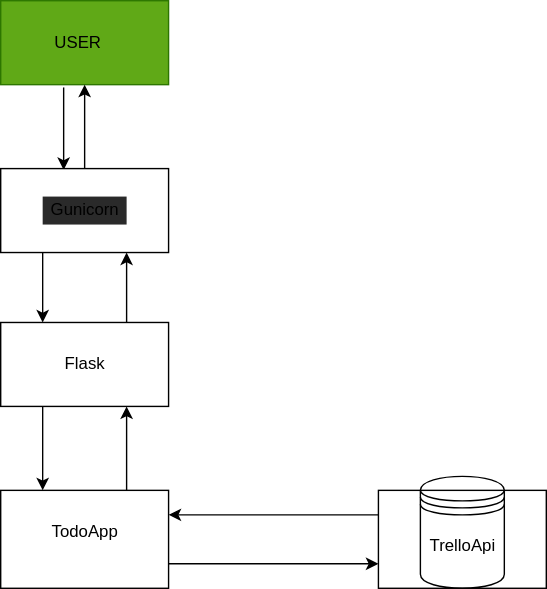
Earlier version of the draw.io export documentation/container_diagram.drawio.svg (EdyCommits/DevOps-Course-Starter). Source tidied: cells renumbered, new cells last; positions are measured from the earlier drawing's top-left corner, leaving out a move shared by most shapes. The source it was exported from:
```xml
<mxGraphModel>
  <root>
    <mxCell id="0" />
    <mxCell id="1" parent="0" />
    <mxCell id="2" style="edgeStyle=none;rounded=0;jettySize=auto;html=1;entryX=0.375;entryY=0.017;entryDx=0;entryDy=0;entryPerimeter=0;" parent="1" edge="1" target="12">
      <mxGeometry relative="1" as="geometry">
        <mxPoint x="45" y="62" as="sourcePoint" />
      </mxGeometry>
    </mxCell>
    <mxCell id="3" style="whiteSpace=wrap;html=1;fillColor=#60a917;strokeColor=#2D7600;fontColor=#ffffff;" parent="1" vertex="1">
      <mxGeometry width="120" height="60" as="geometry" />
    </mxCell>
    <mxCell id="4" style="edgeStyle=none;rounded=0;jettySize=auto;html=1;exitX=1;exitY=0.75;exitDx=0;exitDy=0;entryX=0;entryY=0.75;entryDx=0;entryDy=0;" parent="1" edge="1" source="6" target="14">
      <mxGeometry relative="1" as="geometry" />
    </mxCell>
    <mxCell id="5" style="edgeStyle=none;rounded=0;jettySize=auto;html=1;exitX=0.75;exitY=0;exitDx=0;exitDy=0;entryX=0.75;entryY=1;entryDx=0;entryDy=0;" parent="1" edge="1" source="6" target="9">
      <mxGeometry relative="1" as="geometry" />
    </mxCell>
    <mxCell id="6" style="whiteSpace=wrap;html=1;" parent="1" vertex="1">
      <mxGeometry y="350" width="120" height="70" as="geometry" />
    </mxCell>
    <mxCell id="7" style="edgeStyle=none;rounded=0;jettySize=auto;html=1;exitX=0.25;exitY=1;exitDx=0;exitDy=0;entryX=0.25;entryY=0;entryDx=0;entryDy=0;" parent="1" edge="1" source="9" target="6">
      <mxGeometry relative="1" as="geometry" />
    </mxCell>
    <mxCell id="8" style="edgeStyle=none;rounded=0;jettySize=auto;html=1;exitX=0.75;exitY=0;exitDx=0;exitDy=0;entryX=0.75;entryY=1;entryDx=0;entryDy=0;" parent="1" edge="1" source="9" target="12">
      <mxGeometry relative="1" as="geometry" />
    </mxCell>
    <mxCell id="9" style="whiteSpace=wrap;html=1;" parent="1" vertex="1">
      <mxGeometry y="230" width="120" height="60" as="geometry" />
    </mxCell>
    <mxCell id="10" style="edgeStyle=none;rounded=0;jettySize=auto;html=1;exitX=0.25;exitY=1;exitDx=0;exitDy=0;entryX=0.25;entryY=0;entryDx=0;entryDy=0;" parent="1" edge="1" source="12" target="9">
      <mxGeometry relative="1" as="geometry" />
    </mxCell>
    <mxCell id="11" style="edgeStyle=none;rounded=0;jettySize=auto;html=1;exitX=0.5;exitY=0;exitDx=0;exitDy=0;entryX=0.5;entryY=1;entryDx=0;entryDy=0;" parent="1" edge="1" source="12" target="3">
      <mxGeometry relative="1" as="geometry" />
    </mxCell>
    <mxCell id="12" style="whiteSpace=wrap;html=1;" parent="1" vertex="1">
      <mxGeometry y="120" width="120" height="60" as="geometry" />
    </mxCell>
    <mxCell id="13" style="edgeStyle=orthogonalEdgeStyle;rounded=0;jettySize=auto;html=1;exitX=0;exitY=0.25;exitDx=0;exitDy=0;entryX=1;entryY=0.25;entryDx=0;entryDy=0;" parent="1" edge="1" source="14" target="6">
      <mxGeometry relative="1" as="geometry" />
    </mxCell>
    <mxCell id="14" style="whiteSpace=wrap;html=1;" parent="1" vertex="1">
      <mxGeometry x="270" y="350" width="120" height="70" as="geometry" />
    </mxCell>
    <mxCell id="15" value="USER" style="text;html=1;align=center;verticalAlign=middle;fillColor=none;strokeColor=none;rounded=0;" parent="1" vertex="1">
      <mxGeometry x="30" y="20" width="50" height="20" as="geometry" />
    </mxCell>
    <mxCell id="16" value="Gunicorn&lt;br&gt;" style="text;html=1;align=center;verticalAlign=middle;strokeColor=none;rounded=0;fillColor=#2a2a2a;" parent="1" vertex="1">
      <mxGeometry x="30" y="140" width="60" height="20" as="geometry" />
    </mxCell>
    <mxCell id="17" value="Flask&lt;br&gt;" style="text;html=1;align=center;verticalAlign=middle;fillColor=none;strokeColor=none;rounded=0;" parent="1" vertex="1">
      <mxGeometry x="40" y="250" width="40" height="20" as="geometry" />
    </mxCell>
    <mxCell id="18" value="TodoApp" style="text;html=1;align=center;verticalAlign=middle;fillColor=none;strokeColor=none;rounded=0;" parent="1" vertex="1">
      <mxGeometry x="30" y="370" width="60" height="20" as="geometry" />
    </mxCell>
    <mxCell id="19" value="TrelloApi" style="text;html=1;align=center;verticalAlign=middle;fillColor=none;strokeColor=none;rounded=0;" parent="1" vertex="1">
      <mxGeometry x="300" y="380" width="60" height="20" as="geometry" />
    </mxCell>
    <mxCell id="20" style="shape=datastore;whiteSpace=wrap;html=1;fillColor=none;" parent="1" vertex="1">
      <mxGeometry x="300" y="340" width="60" height="80" as="geometry" />
    </mxCell>
  </root>
</mxGraphModel>
```
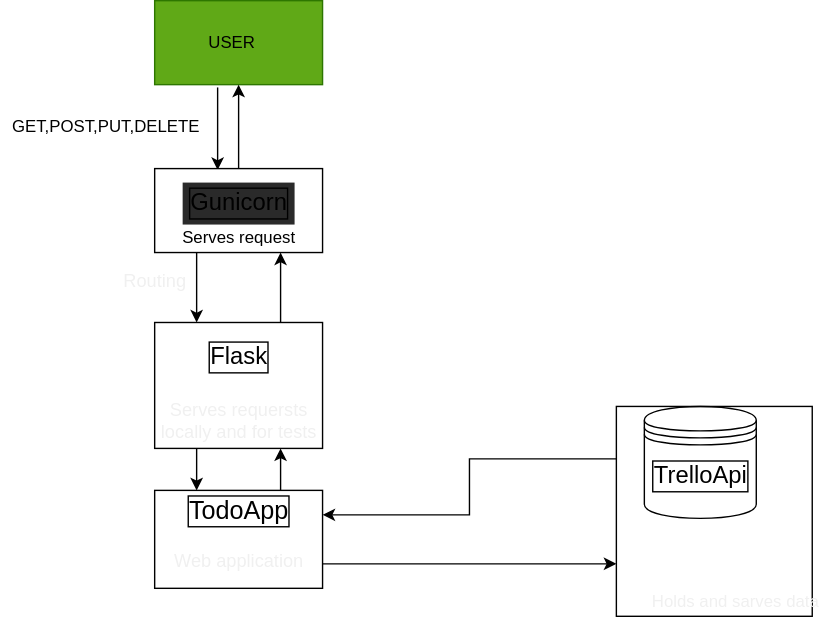
Later version of the same file.

Commit message:
Adding more info to diagram

Change to the diagram source:
```diff
@@ -26,7 +26,7 @@
       <mxGeometry relative="1" as="geometry" />
     </mxCell>
     <mxCell id="9" style="whiteSpace=wrap;html=1;" parent="1" vertex="1">
-      <mxGeometry y="230" width="120" height="60" as="geometry" />
+      <mxGeometry y="230" width="120" height="90" as="geometry" />
     </mxCell>
     <mxCell id="10" style="edgeStyle=none;rounded=0;jettySize=auto;html=1;exitX=0.25;exitY=1;exitDx=0;exitDy=0;entryX=0.25;entryY=0;entryDx=0;entryDy=0;" parent="1" edge="1" source="12" target="9">
       <mxGeometry relative="1" as="geometry" />
@@ -41,25 +41,43 @@
       <mxGeometry relative="1" as="geometry" />
     </mxCell>
     <mxCell id="14" style="whiteSpace=wrap;html=1;" parent="1" vertex="1">
-      <mxGeometry x="270" y="350" width="120" height="70" as="geometry" />
+      <mxGeometry x="330" y="290" width="140" height="150" as="geometry" />
     </mxCell>
     <mxCell id="15" value="USER" style="text;html=1;align=center;verticalAlign=middle;fillColor=none;strokeColor=none;rounded=0;" parent="1" vertex="1">
       <mxGeometry x="30" y="20" width="50" height="20" as="geometry" />
     </mxCell>
-    <mxCell id="16" value="Gunicorn&lt;br&gt;" style="text;html=1;align=center;verticalAlign=middle;strokeColor=none;rounded=0;fillColor=#2a2a2a;" parent="1" vertex="1">
-      <mxGeometry x="30" y="140" width="60" height="20" as="geometry" />
+    <mxCell id="16" value="Gunicorn&lt;br style=&quot;font-size: 17px;&quot;&gt;" style="text;html=1;align=center;verticalAlign=middle;strokeColor=none;rounded=0;fillColor=#2a2a2a;fontSize=17;labelBackgroundColor=none;labelBorderColor=#000000;" parent="1" vertex="1">
+      <mxGeometry x="20" y="130" width="80" height="30" as="geometry" />
     </mxCell>
-    <mxCell id="17" value="Flask&lt;br&gt;" style="text;html=1;align=center;verticalAlign=middle;fillColor=none;strokeColor=none;rounded=0;" parent="1" vertex="1">
-      <mxGeometry x="40" y="250" width="40" height="20" as="geometry" />
+    <mxCell id="17" value="Flask&lt;br style=&quot;font-size: 17px;&quot;&gt;" style="text;html=1;align=center;verticalAlign=middle;fillColor=none;strokeColor=none;rounded=0;fontSize=17;labelBorderColor=#000000;" parent="1" vertex="1">
+      <mxGeometry x="30" y="240" width="60" height="30" as="geometry" />
     </mxCell>
-    <mxCell id="18" value="TodoApp" style="text;html=1;align=center;verticalAlign=middle;fillColor=none;strokeColor=none;rounded=0;" parent="1" vertex="1">
-      <mxGeometry x="30" y="370" width="60" height="20" as="geometry" />
+    <mxCell id="18" value="TodoApp" style="text;html=1;align=center;verticalAlign=middle;fillColor=none;strokeColor=none;rounded=0;fontSize=18;labelBorderColor=#000000;" parent="1" vertex="1">
+      <mxGeometry x="15" y="350" width="90" height="30" as="geometry" />
     </mxCell>
-    <mxCell id="19" value="TrelloApi" style="text;html=1;align=center;verticalAlign=middle;fillColor=none;strokeColor=none;rounded=0;" parent="1" vertex="1">
-      <mxGeometry x="300" y="380" width="60" height="20" as="geometry" />
+    <mxCell id="19" value="TrelloApi" style="text;html=1;align=center;verticalAlign=middle;fillColor=none;strokeColor=none;rounded=0;fontSize=17;labelBorderColor=#000000;" parent="1" vertex="1">
+      <mxGeometry x="350" y="325" width="80" height="30" as="geometry" />
     </mxCell>
     <mxCell id="20" style="shape=datastore;whiteSpace=wrap;html=1;fillColor=none;" parent="1" vertex="1">
-      <mxGeometry x="300" y="340" width="60" height="80" as="geometry" />
+      <mxGeometry x="350" y="290" width="80" height="80" as="geometry" />
     </mxCell>
+    <mxCell id="21" value="GET,POST,PUT,DELETE" style="text;html=1;align=center;verticalAlign=middle;fillColor=none;strokeColor=none;rounded=0;" parent="1" vertex="1">
+      <mxGeometry x="-110" y="80" width="150" height="20" as="geometry" />
+    </mxCell>
+    <mxCell id="22" value="Serves request" style="text;html=1;align=center;verticalAlign=middle;fillColor=none;strokeColor=none;rounded=0;" parent="1" vertex="1">
+      <mxGeometry x="10" y="160" width="100" height="20" as="geometry" />
+    </mxCell>
+    <mxCell id="23" value="Routing" style="text;html=1;align=center;verticalAlign=middle;fillColor=none;strokeColor=none;rounded=0;labelBackgroundColor=none;fontSize=13;fontColor=#f0f0f0;" parent="1" vertex="1">
+      <mxGeometry x="-30" y="190" width="60" height="20" as="geometry" />
+    </mxCell>
+    <mxCell id="24" value="Serves requersts &lt;br&gt;locally and for tests" style="text;html=1;align=center;verticalAlign=middle;fillColor=none;strokeColor=none;rounded=0;labelBackgroundColor=none;fontSize=13;fontColor=#f0f0f0;" parent="1" vertex="1">
+      <mxGeometry x="-5" y="280" width="130" height="40" as="geometry" />
+    </mxCell>
+    <mxCell id="25" value="Web application&amp;nbsp;" style="text;html=1;align=center;verticalAlign=middle;fillColor=none;strokeColor=none;rounded=0;labelBackgroundColor=none;fontSize=13;fontColor=#f0f0f0;labelBorderColor=none;" parent="1" vertex="1">
+      <mxGeometry x="5" y="390" width="110" height="20" as="geometry" />
+    </mxCell>
+    <mxCell id="26" value="Holds and sarves data" style="text;html=1;align=center;verticalAlign=middle;fillColor=none;strokeColor=none;rounded=0;labelBackgroundColor=none;fontSize=12;fontColor=#f0f0f0;" parent="1" vertex="1">
+      <mxGeometry x="350" y="420" width="130" height="20" as="geometry" />
+    </mxCell>
   </root>
 </mxGraphModel>
```
